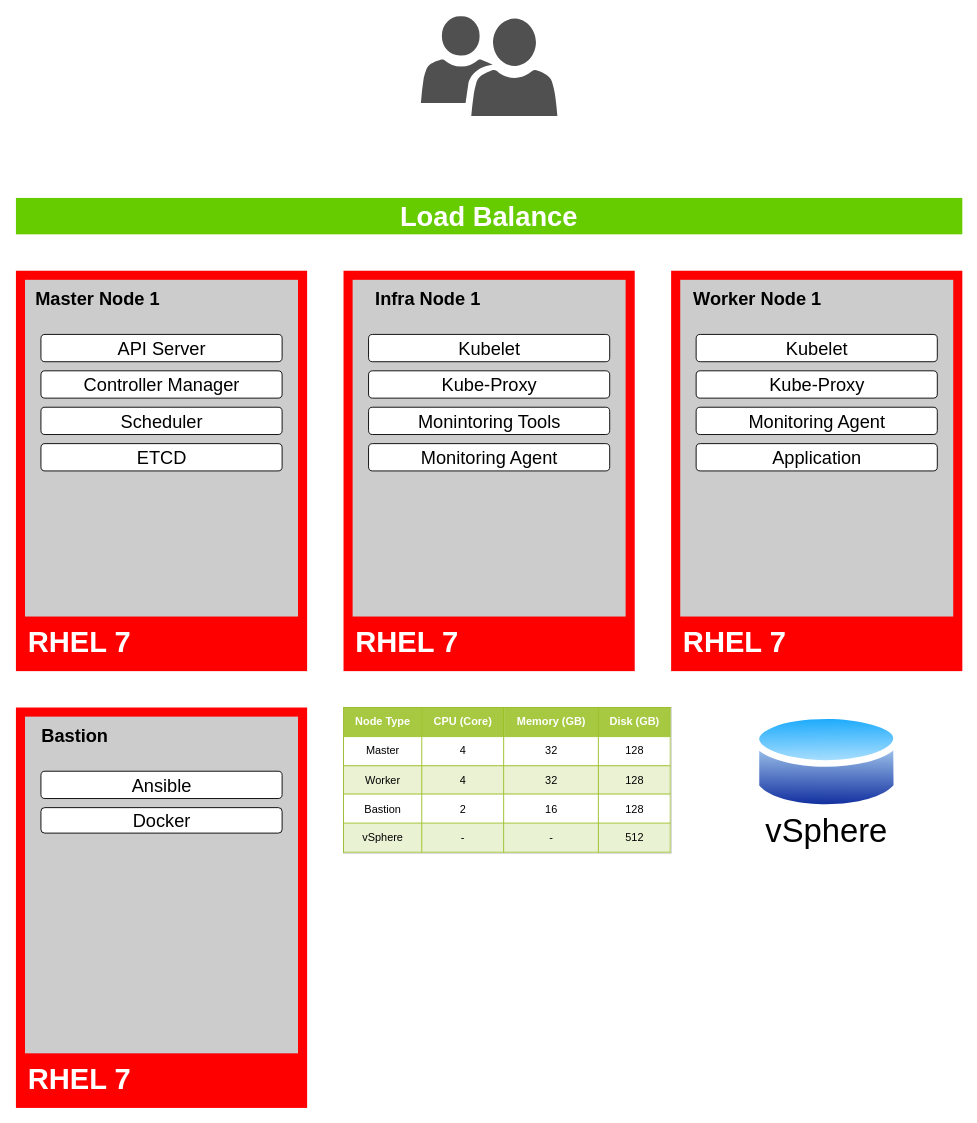
joecomscience/architecture_diagram keeps this draw.io diagram as page "non-prod-okd" (4 of 4) of k8s/aycap_on_prem.drawio. Above is the earlier version. Source tidied: cells renumbered, new cells numbered last; positions are measured from the earlier drawing's top-left corner, leaving out a move shared by most shapes. Both pictures are drawn from the tidied source at 91%, with x=0, y=0 at pixel (15, 15).
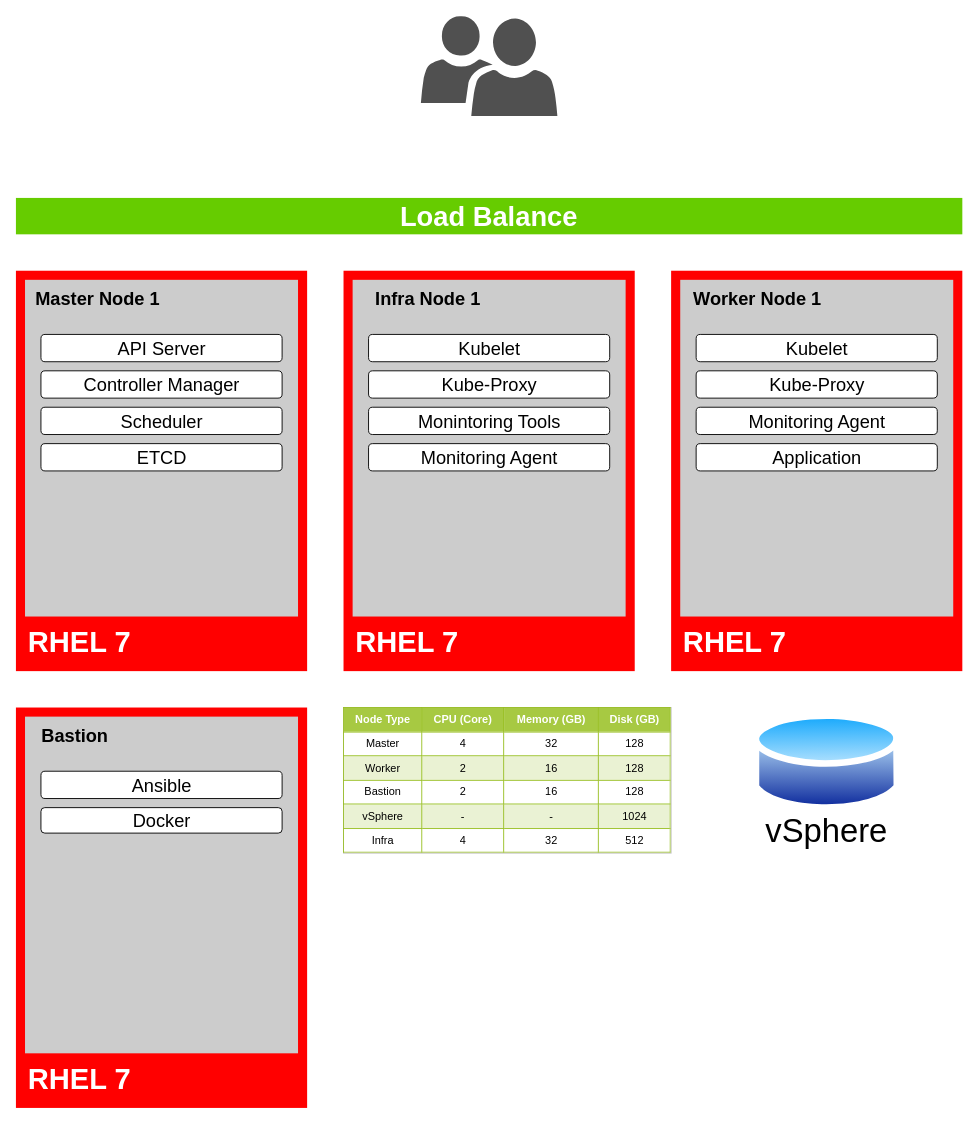
The same page after the edit.

Diff of the diagram source:
```diff
@@
-    <mxCell id="7" value="&lt;table border=&quot;1&quot; width=&quot;100%&quot; cellpadding=&quot;4&quot; style=&quot;width: 100% ; height: 100% ; border-collapse: collapse ; border: 1px solid rgb(152 , 191 , 34)&quot;&gt;&lt;tbody&gt;&lt;tr style=&quot;background-color: rgb(167 , 201 , 66) ; color: rgb(255 , 255 , 255)&quot;&gt;&lt;th&gt;Node Type&lt;/th&gt;&lt;th&gt;CPU (Core)&lt;/th&gt;&lt;th&gt;Memory (GB)&lt;/th&gt;&lt;td&gt;&lt;b&gt;Disk (GB)&lt;/b&gt;&lt;/td&gt;&lt;/tr&gt;&lt;tr&gt;&lt;td&gt;Master&lt;/td&gt;&lt;td&gt;4&lt;/td&gt;&lt;td&gt;32&lt;/td&gt;&lt;td&gt;128&lt;/td&gt;&lt;/tr&gt;&lt;tr style=&quot;background-color: rgb(234 , 242 , 211)&quot;&gt;&lt;td&gt;Worker&lt;/td&gt;&lt;td&gt;4&lt;/td&gt;&lt;td&gt;32&lt;/td&gt;&lt;td&gt;128&lt;/td&gt;&lt;/tr&gt;&lt;tr&gt;&lt;td&gt;Bastion&lt;/td&gt;&lt;td&gt;2&lt;/td&gt;&lt;td&gt;16&lt;/td&gt;&lt;td style=&quot;border-collapse: collapse&quot;&gt;128&lt;/td&gt;&lt;/tr&gt;&lt;tr&gt;&lt;td style=&quot;background-color: rgb(234 , 242 , 212)&quot;&gt;vSphere&lt;br&gt;&lt;/td&gt;&lt;td style=&quot;background-color: rgb(234 , 242 , 212)&quot;&gt;-&lt;/td&gt;&lt;td style=&quot;border-collapse: collapse ; background-color: rgb(234 , 242 , 212)&quot;&gt;-&lt;/td&gt;&lt;td style=&quot;background-color: rgb(234 , 242 , 212)&quot;&gt;512&lt;/td&gt;&lt;/tr&gt;&lt;/tbody&gt;&lt;/table&gt;" style="text;html=1;strokeColor=#c0c0c0;fillColor=#ffffff;overflow=fill;rounded=0;align=center;" parent="1" vertex="1">
+    <mxCell id="7" value="&lt;table border=&quot;1&quot; width=&quot;100%&quot; cellpadding=&quot;4&quot; style=&quot;width: 100% ; height: 100% ; border-collapse: collapse ; border: 1px solid rgb(152 , 191 , 34)&quot;&gt;&lt;tbody&gt;&lt;tr style=&quot;background-color: rgb(167 , 201 , 66) ; color: rgb(255 , 255 , 255)&quot;&gt;&lt;th&gt;Node Type&lt;/th&gt;&lt;th&gt;CPU (Core)&lt;/th&gt;&lt;th&gt;Memory (GB)&lt;/th&gt;&lt;td&gt;&lt;b&gt;Disk (GB)&lt;/b&gt;&lt;/td&gt;&lt;/tr&gt;&lt;tr&gt;&lt;td&gt;Master&lt;/td&gt;&lt;td&gt;4&lt;/td&gt;&lt;td&gt;32&lt;/td&gt;&lt;td&gt;128&lt;/td&gt;&lt;/tr&gt;&lt;tr style=&quot;background-color: rgb(234 , 242 , 211)&quot;&gt;&lt;td&gt;Worker&lt;/td&gt;&lt;td&gt;2&lt;/td&gt;&lt;td&gt;16&lt;/td&gt;&lt;td&gt;128&lt;/td&gt;&lt;/tr&gt;&lt;tr&gt;&lt;td&gt;Bastion&lt;/td&gt;&lt;td&gt;2&lt;/td&gt;&lt;td&gt;16&lt;/td&gt;&lt;td style=&quot;border-collapse: collapse&quot;&gt;128&lt;/td&gt;&lt;/tr&gt;&lt;tr&gt;&lt;td style=&quot;background-color: rgb(234 , 242 , 212)&quot;&gt;vSphere&lt;br&gt;&lt;/td&gt;&lt;td style=&quot;background-color: rgb(234 , 242 , 212)&quot;&gt;-&lt;/td&gt;&lt;td style=&quot;border-collapse: collapse ; background-color: rgb(234 , 242 , 212)&quot;&gt;-&lt;/td&gt;&lt;td style=&quot;background-color: rgb(234 , 242 , 212)&quot;&gt;1024&lt;/td&gt;&lt;/tr&gt;&lt;tr&gt;&lt;td&gt;Infra&lt;/td&gt;&lt;td&gt;4&lt;/td&gt;&lt;td&gt;32&lt;/td&gt;&lt;td&gt;512&lt;/td&gt;&lt;/tr&gt;&lt;/tbody&gt;&lt;/table&gt;" style="text;html=1;strokeColor=#c0c0c0;fillColor=#ffffff;overflow=fill;rounded=0;align=center;" parent="1" vertex="1">
       <mxGeometry x="360" y="760" width="360" height="160" as="geometry" />
     </mxCell>
```
